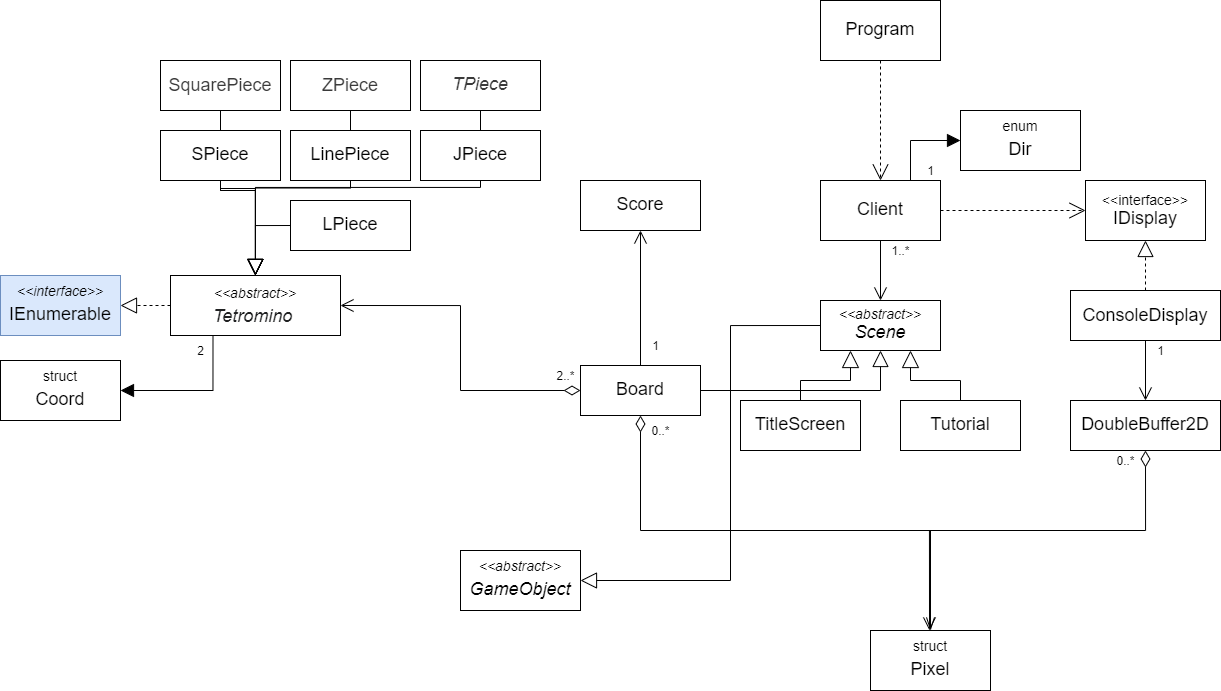
Before: Diagrams/uml.png, a diagram exported from draw.io (condmaker/tetris-csharp). Source tidied: cells renumbered, new cells last; positions are measured from the earlier drawing's top-left corner, leaving out a move shared by most shapes.
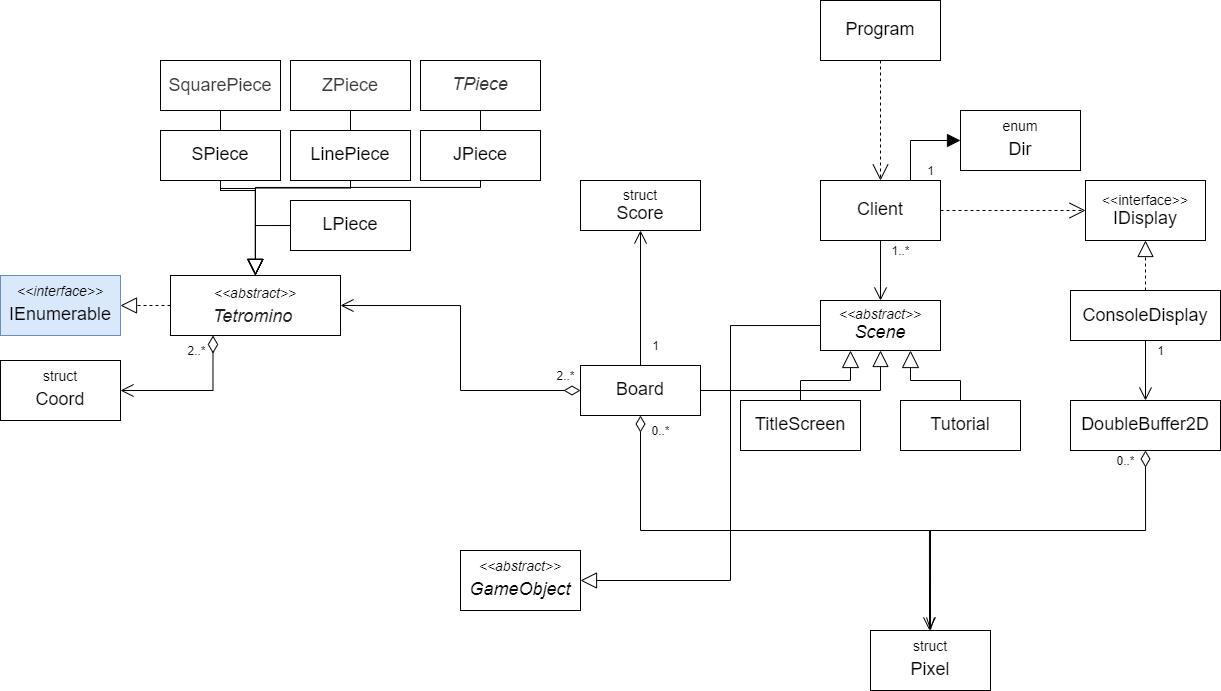
After the change.

What changed in the source:
```diff
@@ -51,7 +51,7 @@
     <mxCell id="14" style="edgeStyle=orthogonalEdgeStyle;rounded=0;jumpSize=6;jettySize=auto;html=1;exitX=0;exitY=0.5;exitDx=0;exitDy=0;entryX=1;entryY=0.5;entryDx=0;entryDy=0;startArrow=none;startFill=0;startSize=15;endArrow=block;endFill=0;endSize=14;dashed=1;" parent="1" edge="1" source="16" target="45">
       <mxGeometry relative="1" as="geometry" />
     </mxCell>
-    <mxCell id="15" style="edgeStyle=orthogonalEdgeStyle;rounded=0;jumpSize=6;jettySize=auto;html=1;exitX=0.25;exitY=1;exitDx=0;exitDy=0;entryX=1;entryY=0.5;entryDx=0;entryDy=0;startArrow=none;startFill=0;startSize=15;endArrow=block;endFill=1;endSize=11;" parent="1" edge="1" source="16" target="30">
+    <mxCell id="15" style="edgeStyle=orthogonalEdgeStyle;rounded=0;jumpSize=6;jettySize=auto;html=1;exitX=0.25;exitY=1;exitDx=0;exitDy=0;entryX=1;entryY=0.5;entryDx=0;entryDy=0;startArrow=diamondThin;startFill=0;startSize=15;endArrow=open;endFill=0;endSize=11;" parent="1" edge="1" source="16" target="30">
       <mxGeometry relative="1" as="geometry" />
     </mxCell>
     <mxCell id="16" value="&lt;i&gt;&lt;sup&gt;&lt;font&gt;&lt;font style=&quot;font-size: 14px&quot;&gt;&amp;lt;&amp;lt;abstract&amp;gt;&amp;gt;&lt;/font&gt;&lt;br&gt;&lt;/font&gt;&lt;/sup&gt;&lt;span style=&quot;color: rgb(32 , 33 , 34) ; font-family: sans-serif ; text-align: left&quot;&gt;&lt;font style=&quot;font-size: 18px&quot;&gt;Tetromino&amp;nbsp;&lt;/font&gt;&lt;/span&gt;&lt;/i&gt;&lt;sup&gt;&lt;font&gt;&lt;br&gt;&lt;/font&gt;&lt;/sup&gt;" style="rounded=0;whiteSpace=wrap;html=1;" parent="1" vertex="1">
@@ -117,7 +117,7 @@
     <mxCell id="28" value="&lt;sup&gt;&lt;font&gt;&lt;span style=&quot;font-size: 18px&quot;&gt;LPiece&lt;/span&gt;&lt;br&gt;&lt;/font&gt;&lt;/sup&gt;" style="rounded=0;whiteSpace=wrap;html=1;" parent="1" vertex="1">
       <mxGeometry x="290" y="200" width="120" height="50" as="geometry" />
     </mxCell>
-    <mxCell id="29" value="&lt;sup&gt;&lt;font&gt;&lt;span style=&quot;font-size: 18px&quot;&gt;Score&lt;/span&gt;&lt;br&gt;&lt;/font&gt;&lt;/sup&gt;" style="rounded=0;whiteSpace=wrap;html=1;" parent="1" vertex="1">
+    <mxCell id="29" value="&lt;font style=&quot;font-size: 10px&quot;&gt;&lt;font style=&quot;font-size: 14px&quot;&gt;struct&lt;/font&gt;&lt;br&gt;&lt;/font&gt;&lt;span style=&quot;font-size: 18px&quot;&gt;Score&lt;/span&gt;&lt;sup&gt;&lt;font&gt;&lt;br&gt;&lt;/font&gt;&lt;/sup&gt;" style="rounded=0;whiteSpace=wrap;html=1;" parent="1" vertex="1">
       <mxGeometry x="580" y="180" width="120" height="50" as="geometry" />
     </mxCell>
     <mxCell id="30" value="&lt;sup&gt;&lt;font&gt;&lt;font&gt;&lt;font style=&quot;font-size: 14px&quot;&gt;struct&lt;/font&gt;&lt;br&gt;&lt;span style=&quot;font-size: 18px&quot;&gt;Coord&lt;/span&gt;&lt;/font&gt;&lt;br&gt;&lt;/font&gt;&lt;/sup&gt;" style="rounded=0;whiteSpace=wrap;html=1;" parent="1" vertex="1">
@@ -179,8 +179,8 @@
     <mxCell id="47" value="1" style="text;html=1;align=center;verticalAlign=middle;" parent="1" vertex="1">
       <mxGeometry x="1150" y="340" width="20" height="20" as="geometry" />
     </mxCell>
-    <mxCell id="48" value="2" style="text;html=1;align=center;verticalAlign=middle;" parent="1" vertex="1">
-      <mxGeometry x="190" y="340" width="20" height="20" as="geometry" />
+    <mxCell id="48" value="2..*" style="text;html=1;align=center;verticalAlign=middle;" parent="1" vertex="1">
+      <mxGeometry x="181" y="340" width="30" height="20" as="geometry" />
     </mxCell>
     <mxCell id="49" value="1" style="text;html=1;align=center;verticalAlign=middle;" parent="1" vertex="1">
       <mxGeometry x="645" y="335" width="20" height="20" as="geometry" />
```
